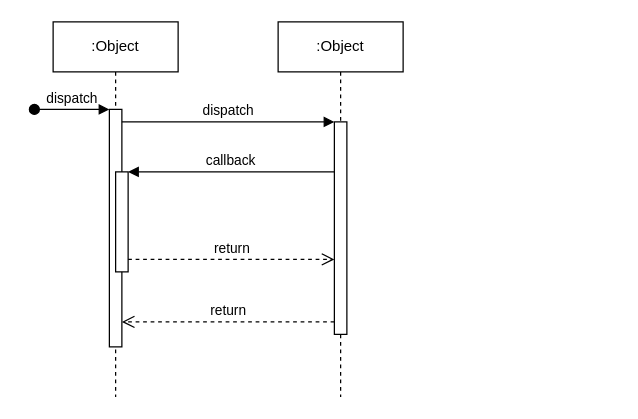
Before: scratct_card_flow.drawio in bachdev/diagram, a draw.io diagram. Source tidied: cells renumbered, new cells numbered last; positions are measured from the earlier drawing's top-left corner, leaving out a move shared by most shapes. Both pictures are drawn from the tidied source at 125%, with x=0, y=0 at pixel (34, 21).
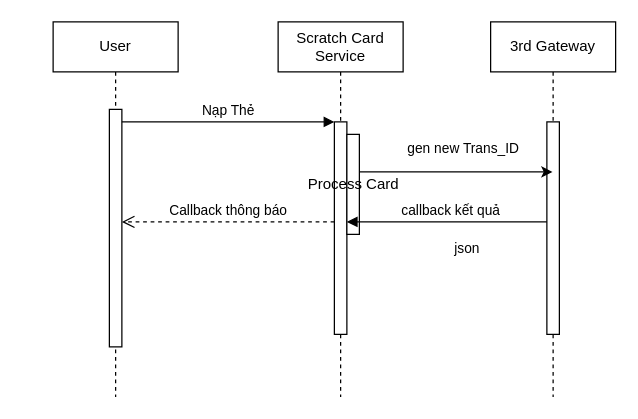
After the change.

The change refers to these unchanged cells:
```xml
<mxCell id="3" style="html=1;points=[];perimeter=orthogonalPerimeter;outlineConnect=0;targetShapes=umlLifeline;portConstraint=eastwest;newEdgeStyle={&quot;edgeStyle&quot;:&quot;elbowEdgeStyle&quot;,&quot;elbow&quot;:&quot;vertical&quot;,&quot;curved&quot;:0,&quot;rounded&quot;:0};" parent="2" vertex="1">
  <mxGeometry x="45" y="70" width="10" height="190" as="geometry" />
</mxCell>
<mxCell id="7" style="html=1;points=[];perimeter=orthogonalPerimeter;outlineConnect=0;targetShapes=umlLifeline;portConstraint=eastwest;newEdgeStyle={&quot;edgeStyle&quot;:&quot;elbowEdgeStyle&quot;,&quot;elbow&quot;:&quot;vertical&quot;,&quot;curved&quot;:0,&quot;rounded&quot;:0};" parent="6" vertex="1">
  <mxGeometry x="45" y="80" width="10" height="170" as="geometry" />
</mxCell>
```

The edit, as a diff of the source:
```diff
@@
-    <mxCell id="2" value=":Object" style="shape=umlLifeline;perimeter=lifelinePerimeter;whiteSpace=wrap;html=1;newEdgeStyle={&quot;edgeStyle&quot;:&quot;elbowEdgeStyle&quot;,&quot;elbow&quot;:&quot;vertical&quot;,&quot;curved&quot;:0,&quot;rounded&quot;:0};" parent="1" vertex="1">
+    <mxCell id="2" value="User" style="shape=umlLifeline;perimeter=lifelinePerimeter;whiteSpace=wrap;html=1;newEdgeStyle={&quot;edgeStyle&quot;:&quot;elbowEdgeStyle&quot;,&quot;elbow&quot;:&quot;vertical&quot;,&quot;curved&quot;:0,&quot;rounded&quot;:0};" parent="1" vertex="1">
       <mxGeometry x="15" width="100" height="300" as="geometry" />
     </mxCell>
@@
-    <mxCell id="4" value="dispatch" style="html=1;verticalAlign=bottom;startArrow=oval;endArrow=block;startSize=8;edgeStyle=elbowEdgeStyle;elbow=vertical;curved=0;rounded=0;" parent="2" edge="1" target="3">
-      <mxGeometry relative="1" as="geometry">
-        <mxPoint x="-15" y="70" as="sourcePoint" />
-      </mxGeometry>
-    </mxCell>
-    <mxCell id="5" style="html=1;points=[];perimeter=orthogonalPerimeter;outlineConnect=0;targetShapes=umlLifeline;portConstraint=eastwest;newEdgeStyle={&quot;edgeStyle&quot;:&quot;elbowEdgeStyle&quot;,&quot;elbow&quot;:&quot;vertical&quot;,&quot;curved&quot;:0,&quot;rounded&quot;:0};" parent="2" vertex="1">
-      <mxGeometry x="50" y="120" width="10" height="80" as="geometry" />
-    </mxCell>
-    <mxCell id="6" value=":Object" style="shape=umlLifeline;perimeter=lifelinePerimeter;whiteSpace=wrap;html=1;newEdgeStyle={&quot;edgeStyle&quot;:&quot;elbowEdgeStyle&quot;,&quot;elbow&quot;:&quot;vertical&quot;,&quot;curved&quot;:0,&quot;rounded&quot;:0};" parent="1" vertex="1">
+    <mxCell id="6" value="Scratch Card Service" style="shape=umlLifeline;perimeter=lifelinePerimeter;whiteSpace=wrap;html=1;newEdgeStyle={&quot;edgeStyle&quot;:&quot;elbowEdgeStyle&quot;,&quot;elbow&quot;:&quot;vertical&quot;,&quot;curved&quot;:0,&quot;rounded&quot;:0};" parent="1" vertex="1">
       <mxGeometry x="195" width="100" height="300" as="geometry" />
     </mxCell>
@@
+    <mxCell id="5" value="Process Card" style="html=1;points=[];perimeter=orthogonalPerimeter;outlineConnect=0;targetShapes=umlLifeline;portConstraint=eastwest;newEdgeStyle={&quot;edgeStyle&quot;:&quot;elbowEdgeStyle&quot;,&quot;elbow&quot;:&quot;vertical&quot;,&quot;curved&quot;:0,&quot;rounded&quot;:0};" parent="6" vertex="1">
+      <mxGeometry x="55" y="90" width="10" height="80" as="geometry" />
+    </mxCell>
-    <mxCell id="8" value="dispatch" style="html=1;verticalAlign=bottom;endArrow=block;edgeStyle=elbowEdgeStyle;elbow=vertical;curved=0;rounded=0;" parent="1" edge="1" source="3" target="7">
+    <mxCell id="8" value="Nạp Thẻ" style="html=1;verticalAlign=bottom;endArrow=block;edgeStyle=elbowEdgeStyle;elbow=vertical;curved=0;rounded=0;" parent="1" edge="1" source="3" target="7">
       <mxGeometry relative="1" as="geometry">
         <Array as="points">
           <mxPoint x="155" y="80" />
         </Array>
       </mxGeometry>
     </mxCell>
-    <mxCell id="9" value="return" style="html=1;verticalAlign=bottom;endArrow=open;dashed=1;endSize=8;edgeStyle=elbowEdgeStyle;elbow=vertical;curved=0;rounded=0;" parent="1" edge="1" source="7" target="3">
+    <mxCell id="9" value="Callback thông báo" style="html=1;verticalAlign=bottom;endArrow=open;dashed=1;endSize=8;edgeStyle=elbowEdgeStyle;elbow=vertical;curved=0;rounded=0;" parent="1" edge="1" source="7" target="3">
       <mxGeometry relative="1" as="geometry">
         <Array as="points">
+          <mxPoint x="165" y="160" />
           <mxPoint x="165" y="240" />
         </Array>
       </mxGeometry>
     </mxCell>
-    <mxCell id="10" value="callback" style="html=1;verticalAlign=bottom;endArrow=block;edgeStyle=elbowEdgeStyle;elbow=vertical;curved=0;rounded=0;" parent="1" edge="1" source="7" target="5">
+    <mxCell id="10" value="callback kết quả" style="html=1;verticalAlign=bottom;endArrow=block;edgeStyle=elbowEdgeStyle;elbow=vertical;curved=0;rounded=0;" parent="1" edge="1" source="13" target="7">
       <mxGeometry relative="1" as="geometry">
         <Array as="points">
-          <mxPoint x="165" y="120" />
+          <mxPoint x="265" y="160" />
         </Array>
       </mxGeometry>
     </mxCell>
-    <mxCell id="11" value="return" style="html=1;verticalAlign=bottom;endArrow=open;dashed=1;endSize=8;edgeStyle=elbowEdgeStyle;elbow=vertical;curved=0;rounded=0;" parent="1" edge="1" source="5" target="7">
-      <mxGeometry relative="1" as="geometry">
-        <Array as="points">
-          <mxPoint x="155" y="190" />
-        </Array>
-      </mxGeometry>
-    </mxCell>
+    <mxCell id="12" value="json" style="edgeLabel;html=1;align=center;verticalAlign=middle;" parent="10" vertex="1">
+      <mxGeometry x="-0.28" y="1" relative="1" as="geometry">
+        <mxPoint x="-10" y="19" as="offset" />
+      </mxGeometry>
+    </mxCell>
+    <mxCell id="13" value="3rd Gateway" style="shape=umlLifeline;perimeter=lifelinePerimeter;whiteSpace=wrap;html=1;outlineConnect=0;portConstraint=eastwest;newEdgeStyle={&quot;edgeStyle&quot;:&quot;elbowEdgeStyle&quot;,&quot;elbow&quot;:&quot;vertical&quot;,&quot;curved&quot;:0,&quot;rounded&quot;:0};" parent="1" vertex="1">
+      <mxGeometry x="365" width="100" height="300" as="geometry" />
+    </mxCell>
+    <mxCell id="14" style="html=1;perimeter=orthogonalPerimeter;targetShapes=umlLifeline;newEdgeStyle={&quot;edgeStyle&quot;:&quot;elbowEdgeStyle&quot;,&quot;elbow&quot;:&quot;vertical&quot;,&quot;curved&quot;:0,&quot;rounded&quot;:0};" parent="13" vertex="1">
+      <mxGeometry x="45" y="80" width="10" height="170" as="geometry" />
+    </mxCell>
+    <mxCell id="15" style="edgeStyle=elbowEdgeStyle;rounded=0;jettySize=auto;html=1;elbow=vertical;curved=0;" parent="1" edge="1" source="5" target="13">
+      <mxGeometry relative="1" as="geometry">
+        <Array as="points">
+          <mxPoint x="345" y="120" />
+        </Array>
+      </mxGeometry>
+    </mxCell>
+    <mxCell id="16" value="gen new Trans_ID" style="edgeLabel;html=1;align=center;verticalAlign=middle;" parent="15" vertex="1">
+      <mxGeometry x="0.06" y="1" relative="1" as="geometry">
+        <mxPoint y="-19" as="offset" />
+      </mxGeometry>
+    </mxCell>
```
